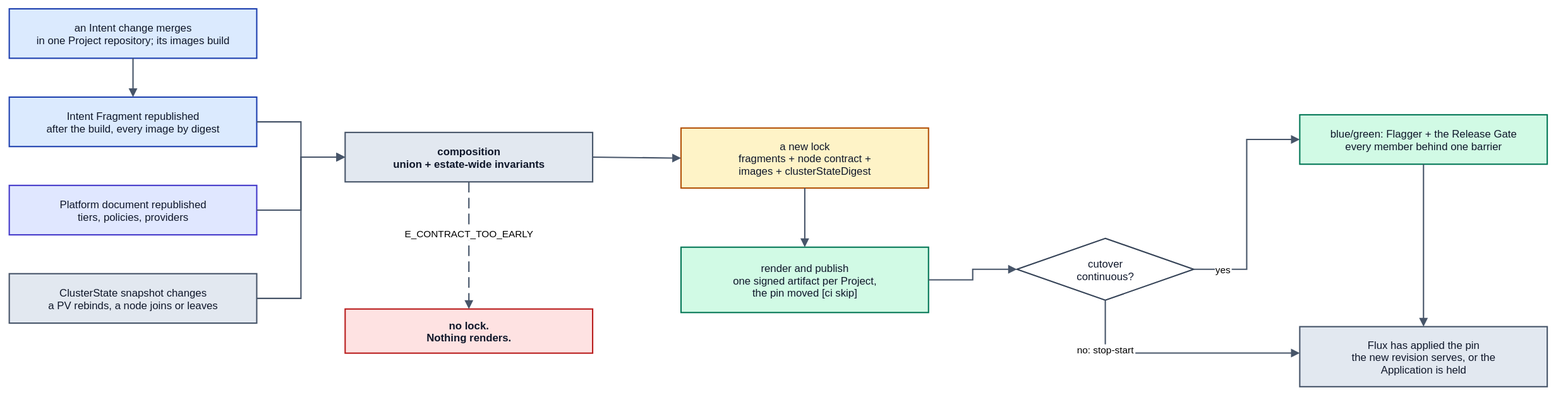
Earlier version of the draw.io export spec/v1/diagrams/50-change-end-to-end.drawio.svg (JorisJonkers-dev/deploy-kit). Source tidied: cells renumbered, new cells last; positions are measured from the earlier drawing's top-left corner, leaving out a move shared by most shapes.
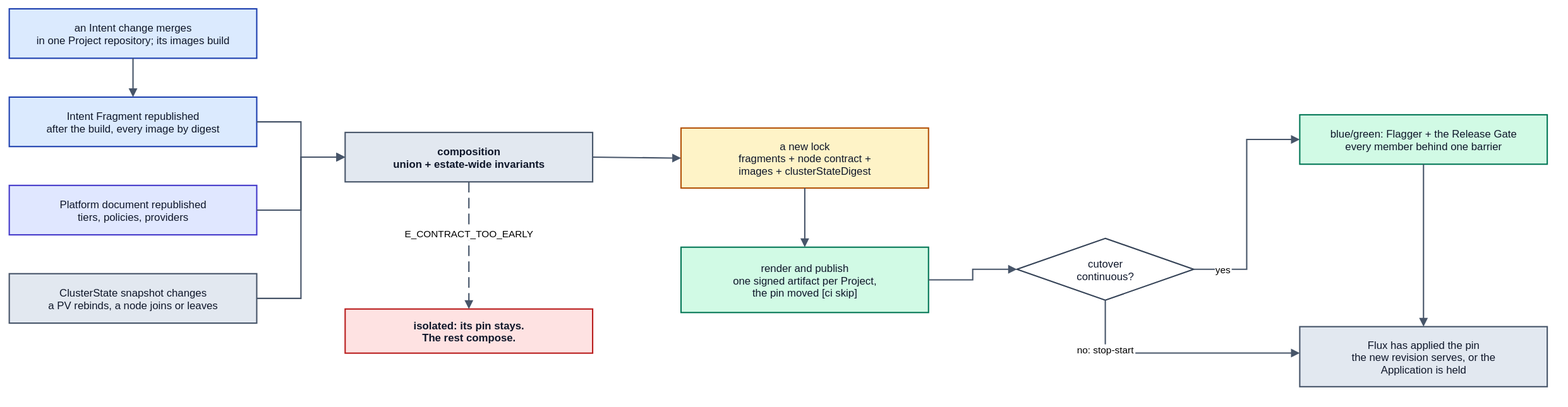
Above is the later version.

What changed in the source:
```diff
@@ -17,7 +17,7 @@
     <mxCell id="6" value="composition&#10;union + estate-wide invariants" style="rounded=0;whiteSpace=nowrap;html=0;align=center;verticalAlign=middle;fillColor=#e2e8f0;strokeColor=#475569;strokeWidth=1.5;fontFamily=Helvetica;fontSize=12;fontColor=#0f172a;fontStyle=1;" parent="1" vertex="1">
       <mxGeometry x="380" y="140" width="280" height="56" as="geometry" />
     </mxCell>
-    <mxCell id="7" value="no lock.&#10;Nothing renders." style="rounded=0;whiteSpace=nowrap;html=0;align=center;verticalAlign=middle;fillColor=#fee2e2;strokeColor=#b91c1c;strokeWidth=1.5;fontFamily=Helvetica;fontSize=12;fontColor=#0f172a;fontStyle=1;" parent="1" vertex="1">
+    <mxCell id="7" value="isolated: its pin stays.&#10;The rest compose." style="rounded=0;whiteSpace=nowrap;html=0;align=center;verticalAlign=middle;fillColor=#fee2e2;strokeColor=#b91c1c;strokeWidth=1.5;fontFamily=Helvetica;fontSize=12;fontColor=#0f172a;fontStyle=1;" parent="1" vertex="1">
       <mxGeometry x="380" y="340" width="280" height="50" as="geometry" />
     </mxCell>
     <mxCell id="8" value="a new lock&#10;fragments + node contract +&#10;images + clusterStateDigest" style="rounded=0;whiteSpace=nowrap;html=0;align=center;verticalAlign=middle;fillColor=#fef3c7;strokeColor=#b45309;strokeWidth=1.5;fontFamily=Helvetica;fontSize=12;fontColor=#0f172a;" parent="1" vertex="1">
```
